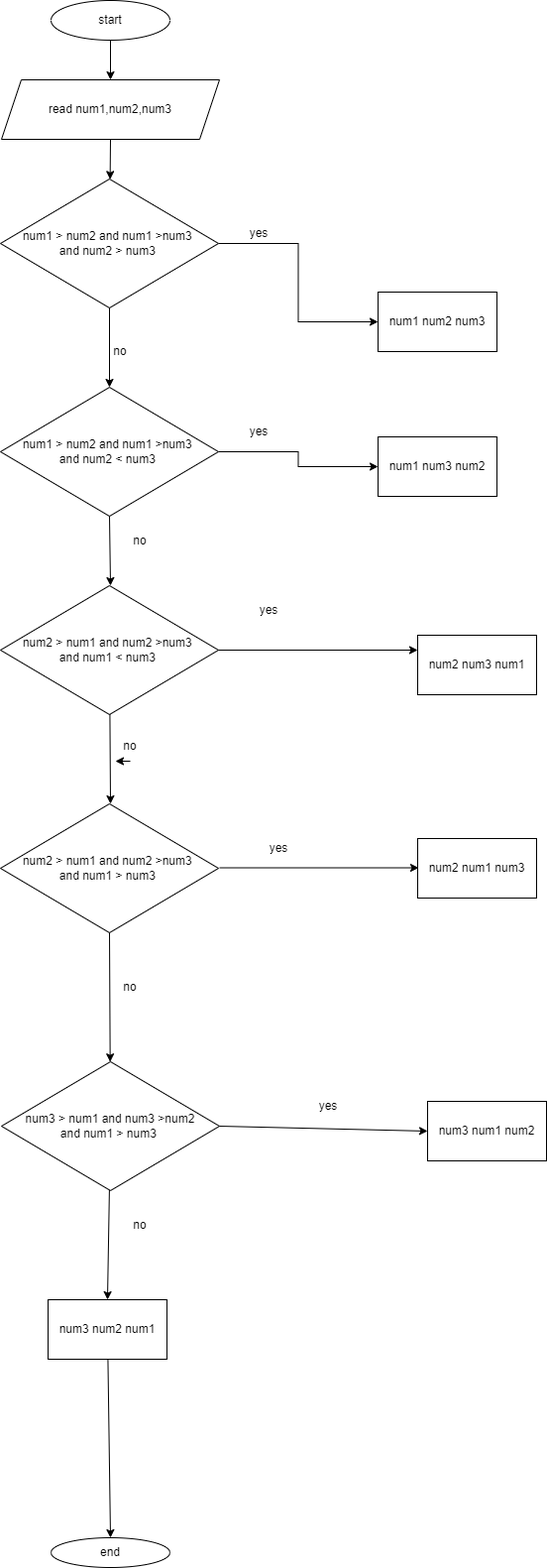
The draw.io diagram flow chart for sorting three number.drawio.png in abenooo/alx-pre_course, before a commit. Source tidied: cells renumbered, new cells last; positions are measured from the earlier drawing's top-left corner, leaving out a move shared by most shapes.
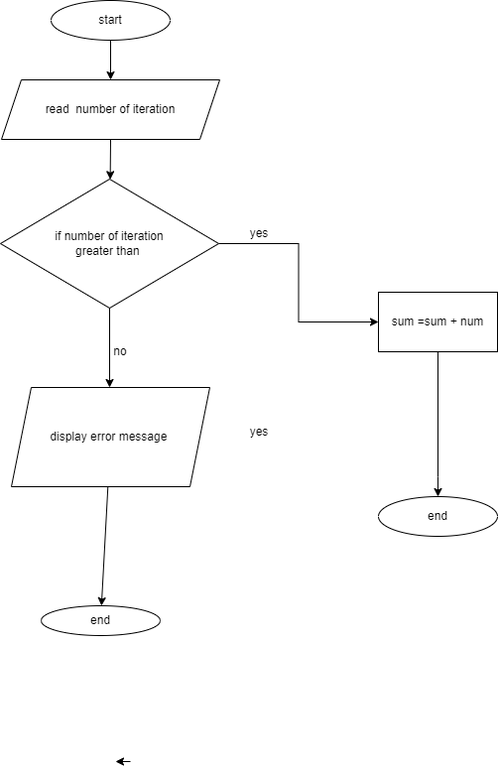
The same diagram one commit later.

What changed in the source:
```diff
@@ -10,24 +10,21 @@
         <mxPoint x="111" y="140" as="targetPoint" />
       </mxGeometry>
     </mxCell>
-    <mxCell id="4" value="end" style="ellipse;whiteSpace=wrap;html=1;" parent="1" vertex="1">
-      <mxGeometry x="51" y="1550" width="120" height="30" as="geometry" />
-    </mxCell>
     <mxCell id="5" style="edgeStyle=orthogonalEdgeStyle;rounded=0;jettySize=auto;html=1;exitX=0.5;exitY=1;exitDx=0;exitDy=0;entryX=0.5;entryY=0;entryDx=0;entryDy=0;" parent="1" edge="1" target="6">
       <mxGeometry relative="1" as="geometry">
         <mxPoint x="111" y="40" as="sourcePoint" />
       </mxGeometry>
     </mxCell>
-    <mxCell id="6" value="read num1,num2,num3" style="shape=parallelogram;perimeter=parallelogramPerimeter;whiteSpace=wrap;html=1;fixedSize=1;" parent="1" vertex="1">
+    <mxCell id="6" value="read&amp;nbsp; number of iteration" style="shape=parallelogram;perimeter=parallelogramPerimeter;whiteSpace=wrap;html=1;fixedSize=1;" parent="1" vertex="1">
       <mxGeometry x="1" y="80" width="220" height="60" as="geometry" />
     </mxCell>
     <mxCell id="7" style="edgeStyle=orthogonalEdgeStyle;rounded=0;jettySize=auto;html=1;" parent="1" edge="1" source="8" target="9">
       <mxGeometry relative="1" as="geometry" />
     </mxCell>
-    <mxCell id="8" value="&lt;span&gt;num1 &amp;gt; num2 and num1 &amp;gt;num3 &lt;br&gt;and num2 &amp;gt; num3&amp;nbsp;&lt;/span&gt;" style="rhombus;whiteSpace=wrap;html=1;" parent="1" vertex="1">
+    <mxCell id="8" value="if number of iteration&lt;br&gt;greater than&amp;nbsp;" style="rhombus;whiteSpace=wrap;html=1;" parent="1" vertex="1">
       <mxGeometry y="180" width="220" height="130" as="geometry" />
     </mxCell>
-    <mxCell id="9" value="num1 num2 num3" style="whiteSpace=wrap;html=1;" parent="1" vertex="1">
+    <mxCell id="9" value="sum =sum + num" style="whiteSpace=wrap;html=1;" parent="1" vertex="1">
       <mxGeometry x="381" y="294" width="120" height="60" as="geometry" />
     </mxCell>
     <mxCell id="10" value="no&lt;br&gt;" style="text;html=1;strokeColor=none;fillColor=none;align=center;verticalAlign=middle;whiteSpace=wrap;rounded=0;" parent="1" vertex="1">
@@ -36,99 +33,42 @@
     <mxCell id="11" value="yes&lt;br&gt;" style="text;html=1;strokeColor=none;fillColor=none;align=center;verticalAlign=middle;whiteSpace=wrap;rounded=0;" parent="1" vertex="1">
       <mxGeometry x="231" y="220" width="60" height="30" as="geometry" />
     </mxCell>
-    <mxCell id="12" style="edgeStyle=orthogonalEdgeStyle;rounded=0;jettySize=auto;html=1;exitX=1;exitY=0.5;exitDx=0;exitDy=0;entryX=0;entryY=0.5;entryDx=0;entryDy=0;" parent="1" edge="1" source="13" target="14">
-      <mxGeometry relative="1" as="geometry" />
-    </mxCell>
-    <mxCell id="13" value="&lt;span&gt;num1 &amp;gt; num2 and num1 &amp;gt;num3 &lt;br&gt;and num2 &amp;lt; num3&amp;nbsp;&lt;/span&gt;" style="rhombus;whiteSpace=wrap;html=1;" parent="1" vertex="1">
-      <mxGeometry y="390" width="220" height="130" as="geometry" />
-    </mxCell>
-    <mxCell id="14" value="num1 num3 num2" style="whiteSpace=wrap;html=1;" parent="1" vertex="1">
-      <mxGeometry x="381" y="440" width="120" height="60" as="geometry" />
-    </mxCell>
     <mxCell id="15" value="yes&lt;br&gt;" style="text;html=1;strokeColor=none;fillColor=none;align=center;verticalAlign=middle;whiteSpace=wrap;rounded=0;" parent="1" vertex="1">
       <mxGeometry x="231" y="420" width="60" height="30" as="geometry" />
     </mxCell>
     <mxCell id="16" style="endArrow=classic;html=1;rounded=0;exitX=0.5;exitY=1;exitDx=0;exitDy=0;" parent="1" edge="1" source="6" target="8">
       <mxGeometry relative="1" as="geometry" />
     </mxCell>
-    <mxCell id="17" style="endArrow=classic;html=1;rounded=0;exitX=0.5;exitY=1;exitDx=0;exitDy=0;entryX=0.5;entryY=0;entryDx=0;entryDy=0;" parent="1" edge="1" source="8" target="13">
-      <mxGeometry relative="1" as="geometry" />
+    <mxCell id="17" style="endArrow=classic;html=1;rounded=0;exitX=0.5;exitY=1;exitDx=0;exitDy=0;entryX=0.5;entryY=0;entryDx=0;entryDy=0;" parent="1" edge="1" source="8">
+      <mxGeometry relative="1" as="geometry">
+        <mxPoint x="110" y="390" as="targetPoint" />
+      </mxGeometry>
     </mxCell>
-    <mxCell id="18" style="endArrow=classic;html=1;rounded=0;exitX=0.5;exitY=1;exitDx=0;exitDy=0;" parent="1" edge="1" source="13">
-      <mxGeometry relative="1" as="geometry">
-        <mxPoint x="111" y="590" as="targetPoint" />
-      </mxGeometry>
-    </mxCell>
-    <mxCell id="19" value="&lt;span&gt;num2 &amp;gt; num1 and num2 &amp;gt;num3 &lt;br&gt;and num1 &amp;lt; num3&amp;nbsp;&lt;/span&gt;" style="rhombus;whiteSpace=wrap;html=1;" parent="1" vertex="1">
-      <mxGeometry y="590" width="220" height="130" as="geometry" />
-    </mxCell>
-    <mxCell id="20" value="num2 num3 num1" style="whiteSpace=wrap;html=1;" parent="1" vertex="1">
-      <mxGeometry x="421" y="640" width="120" height="60" as="geometry" />
-    </mxCell>
-    <mxCell id="21" value="yes&lt;br&gt;" style="text;html=1;strokeColor=none;fillColor=none;align=center;verticalAlign=middle;whiteSpace=wrap;rounded=0;" parent="1" vertex="1">
-      <mxGeometry x="241" y="600" width="60" height="30" as="geometry" />
-    </mxCell>
-    <mxCell id="22" style="endArrow=classic;html=1;rounded=0;exitX=1;exitY=0.5;exitDx=0;exitDy=0;entryX=0;entryY=0.25;entryDx=0;entryDy=0;" parent="1" edge="1" source="19" target="20">
-      <mxGeometry relative="1" as="geometry" />
-    </mxCell>
-    <mxCell id="23" value="no&lt;br&gt;" style="text;html=1;strokeColor=none;fillColor=none;align=center;verticalAlign=middle;whiteSpace=wrap;rounded=0;" parent="1" vertex="1">
-      <mxGeometry x="101" y="737" width="60" height="30" as="geometry" />
-    </mxCell>
-    <mxCell id="24" style="endArrow=classic;html=1;rounded=0;" parent="1" edge="1" source="19">
-      <mxGeometry relative="1" as="geometry">
-        <mxPoint x="111" y="810" as="targetPoint" />
-      </mxGeometry>
-    </mxCell>
-    <mxCell id="25" value="&lt;span&gt;num2 &amp;gt; num1 and num2 &amp;gt;num3 &lt;br&gt;and num1 &amp;gt; num3&amp;nbsp;&lt;/span&gt;" style="rhombus;whiteSpace=wrap;html=1;" parent="1" vertex="1">
-      <mxGeometry y="810" width="220" height="130" as="geometry" />
-    </mxCell>
-    <mxCell id="26" value="num2 num1 num3" style="whiteSpace=wrap;html=1;" parent="1" vertex="1">
-      <mxGeometry x="421" y="845" width="120" height="60" as="geometry" />
-    </mxCell>
-    <mxCell id="27" style="endArrow=classic;html=1;rounded=0;exitX=1;exitY=0.5;exitDx=0;exitDy=0;entryX=0;entryY=0.25;entryDx=0;entryDy=0;" parent="1" edge="1">
-      <mxGeometry relative="1" as="geometry">
-        <mxPoint x="221" y="874.5" as="sourcePoint" />
-        <mxPoint x="422" y="874.5" as="targetPoint" />
-      </mxGeometry>
-    </mxCell>
-    <mxCell id="28" value="&lt;span&gt;num3 &amp;gt; num1 and num3 &amp;gt;num2&lt;br&gt;and num1 &amp;gt; num3&amp;nbsp;&lt;/span&gt;" style="rhombus;whiteSpace=wrap;html=1;" parent="1" vertex="1">
-      <mxGeometry x="1" y="1070" width="220" height="130" as="geometry" />
-    </mxCell>
-    <mxCell id="29" value="num3 num1 num2" style="whiteSpace=wrap;html=1;" parent="1" vertex="1">
-      <mxGeometry x="431" y="1110" width="120" height="60" as="geometry" />
-    </mxCell>
-    <mxCell id="30" style="endArrow=classic;html=1;rounded=0;entryX=0;entryY=0.5;entryDx=0;entryDy=0;exitX=1;exitY=0.5;exitDx=0;exitDy=0;" parent="1" edge="1" source="28" target="29">
-      <mxGeometry relative="1" as="geometry" />
-    </mxCell>
-    <mxCell id="31" style="endArrow=classic;html=1;rounded=0;exitX=0.5;exitY=1;exitDx=0;exitDy=0;" parent="1" edge="1" source="25" target="28">
-      <mxGeometry relative="1" as="geometry" />
-    </mxCell>
-    <mxCell id="32" value="no&lt;br&gt;" style="text;html=1;strokeColor=none;fillColor=none;align=center;verticalAlign=middle;whiteSpace=wrap;rounded=0;" parent="1" vertex="1">
-      <mxGeometry x="101" y="980" width="60" height="30" as="geometry" />
-    </mxCell>
-    <mxCell id="33" value="yes" style="text;html=1;strokeColor=none;fillColor=none;align=center;verticalAlign=middle;whiteSpace=wrap;rounded=0;" parent="1" vertex="1">
-      <mxGeometry x="301" y="1100" width="60" height="30" as="geometry" />
-    </mxCell>
-    <mxCell id="34" value="yes&lt;br&gt;" style="text;html=1;strokeColor=none;fillColor=none;align=center;verticalAlign=middle;whiteSpace=wrap;rounded=0;" parent="1" vertex="1">
-      <mxGeometry x="251" y="840" width="60" height="30" as="geometry" />
-    </mxCell>
-    <mxCell id="35" value="no" style="text;html=1;strokeColor=none;fillColor=none;align=center;verticalAlign=middle;whiteSpace=wrap;rounded=0;" parent="1" vertex="1">
-      <mxGeometry x="111" y="1220" width="60" height="30" as="geometry" />
-    </mxCell>
-    <mxCell id="36" value="num3 num2 num1" style="whiteSpace=wrap;html=1;" parent="1" vertex="1">
-      <mxGeometry x="48" y="1310" width="120" height="60" as="geometry" />
-    </mxCell>
-    <mxCell id="37" style="endArrow=classic;html=1;rounded=0;entryX=0.5;entryY=0;entryDx=0;entryDy=0;" parent="1" edge="1" source="28" target="36">
-      <mxGeometry relative="1" as="geometry" />
-    </mxCell>
-    <mxCell id="38" style="edgeStyle=orthogonalEdgeStyle;rounded=0;orthogonalLoop=1;jettySize=auto;html=1;exitX=0.5;exitY=1;exitDx=0;exitDy=0;entryX=0.25;entryY=1;entryDx=0;entryDy=0;" parent="1" edge="1" source="23" target="23">
-      <mxGeometry relative="1" as="geometry" />
+    <mxCell id="38" style="edgeStyle=orthogonalEdgeStyle;rounded=0;orthogonalLoop=1;jettySize=auto;html=1;exitX=0.5;exitY=1;exitDx=0;exitDy=0;entryX=0.25;entryY=1;entryDx=0;entryDy=0;" parent="1" edge="1">
+      <mxGeometry relative="1" as="geometry">
+        <mxPoint x="131" y="767" as="sourcePoint" />
+        <mxPoint x="116" y="767" as="targetPoint" />
+      </mxGeometry>
     </mxCell>
-    <mxCell id="39" value="no&lt;br&gt;" style="text;html=1;strokeColor=none;fillColor=none;align=center;verticalAlign=middle;whiteSpace=wrap;rounded=0;" parent="1" vertex="1">
-      <mxGeometry x="111" y="530" width="60" height="30" as="geometry" />
-    </mxCell>
-    <mxCell id="40" style="endArrow=classic;html=1;rounded=0;entryX=0.5;entryY=0;entryDx=0;entryDy=0;" parent="1" edge="1" source="36" target="4">
-      <mxGeometry relative="1" as="geometry" />
-    </mxCell>
+    <mxCell id="41" value="display error message&amp;nbsp;" style="shape=parallelogram;perimeter=parallelogramPerimeter;whiteSpace=wrap;html=1;fixedSize=1;" parent="1" vertex="1">
+      <mxGeometry x="11" y="390" width="200" height="100" as="geometry" />
+    </mxCell>
+    <mxCell id="42" value="end" style="ellipse;whiteSpace=wrap;html=1;" parent="1" vertex="1">
+      <mxGeometry x="41" y="610" width="120" height="30" as="geometry" />
+    </mxCell>
+    <mxCell id="43" style="endArrow=classic;html=1;rounded=0;" parent="1" edge="1" source="41" target="42">
+      <mxGeometry relative="1" as="geometry" />
+    </mxCell>
+    <mxCell id="44" value="end" style="ellipse;whiteSpace=wrap;html=1;" parent="1" vertex="1">
+      <mxGeometry x="381" y="500" width="120" height="40" as="geometry" />
+    </mxCell>
+    <mxCell id="45" style="endArrow=classic;html=1;rounded=0;exitX=0.5;exitY=1;exitDx=0;exitDy=0;" parent="1" edge="1" source="9">
+      <mxGeometry relative="1" as="geometry">
+        <mxPoint x="441" y="500" as="targetPoint" />
+        <Array as="points">
+          <mxPoint x="441" y="480" />
+        </Array>
+      </mxGeometry>
+    </mxCell>
   </root>
 </mxGraphModel>
```
